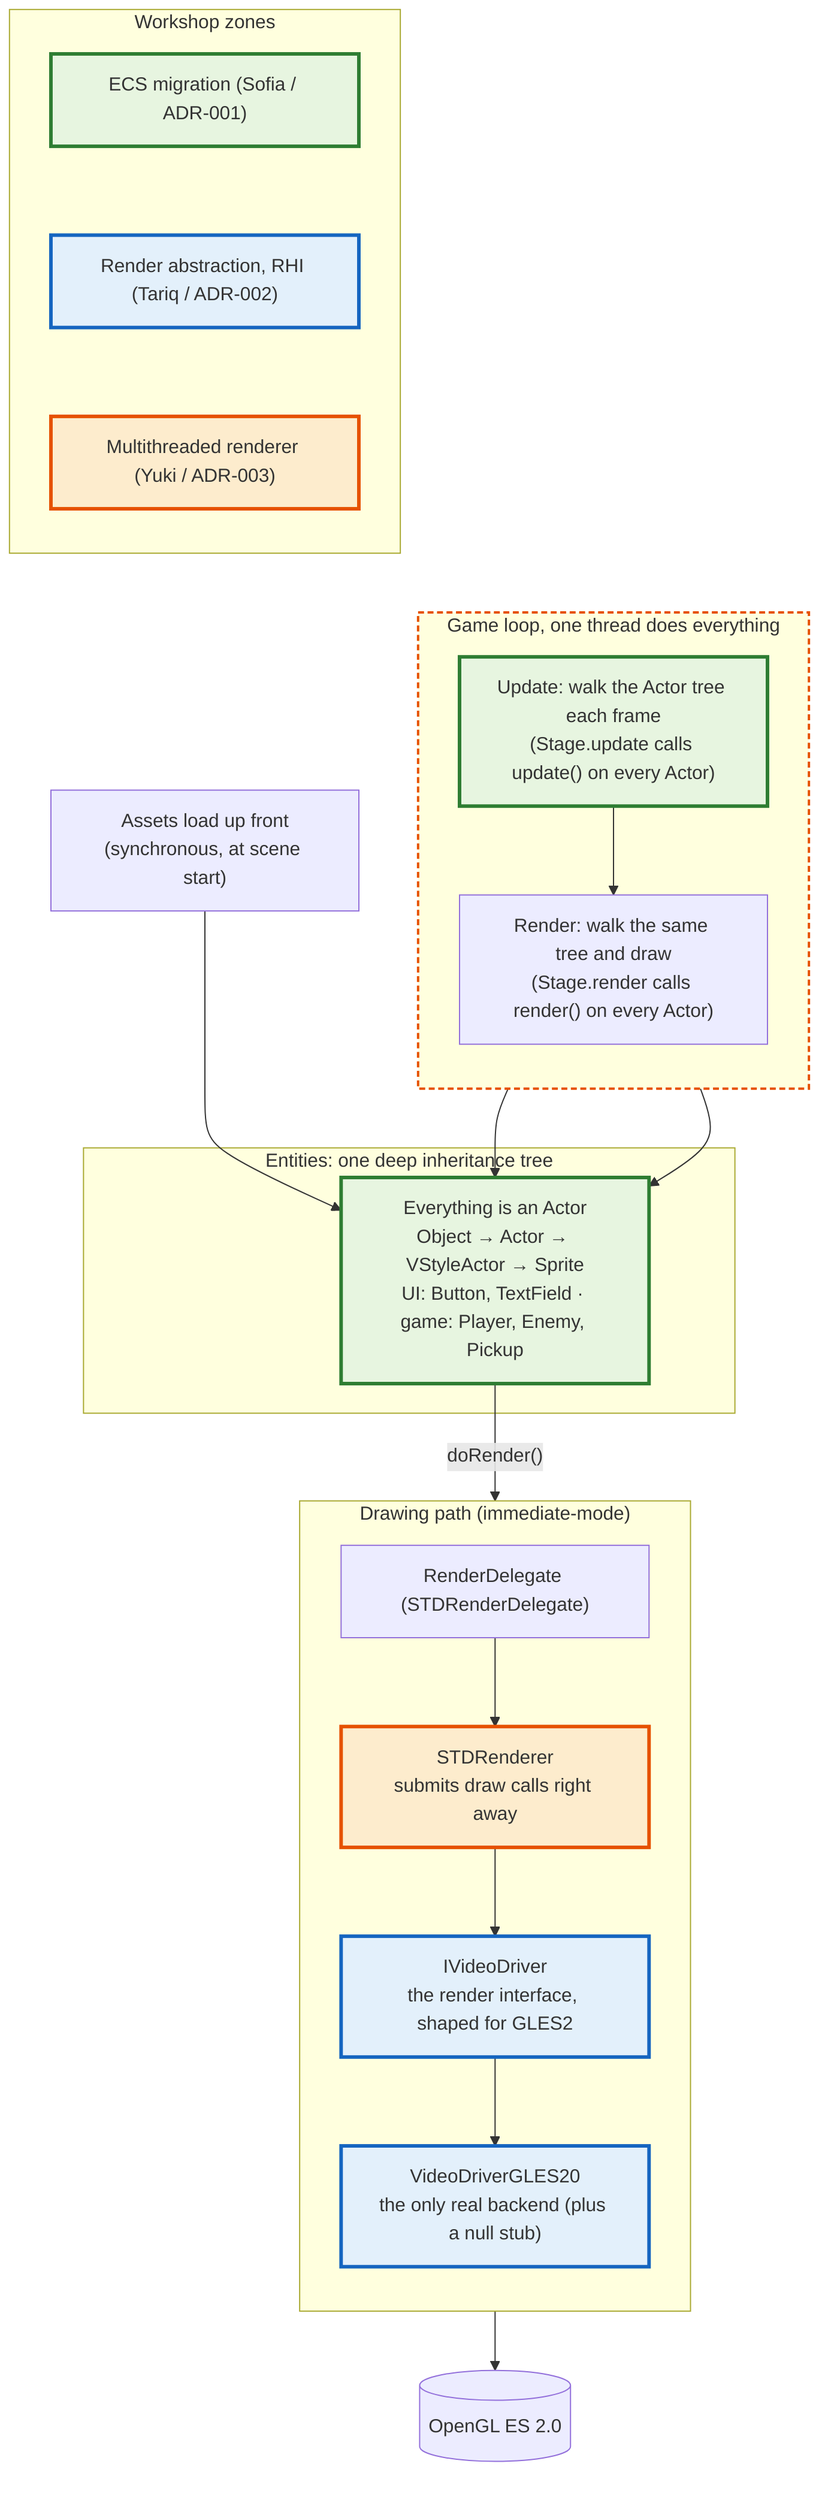
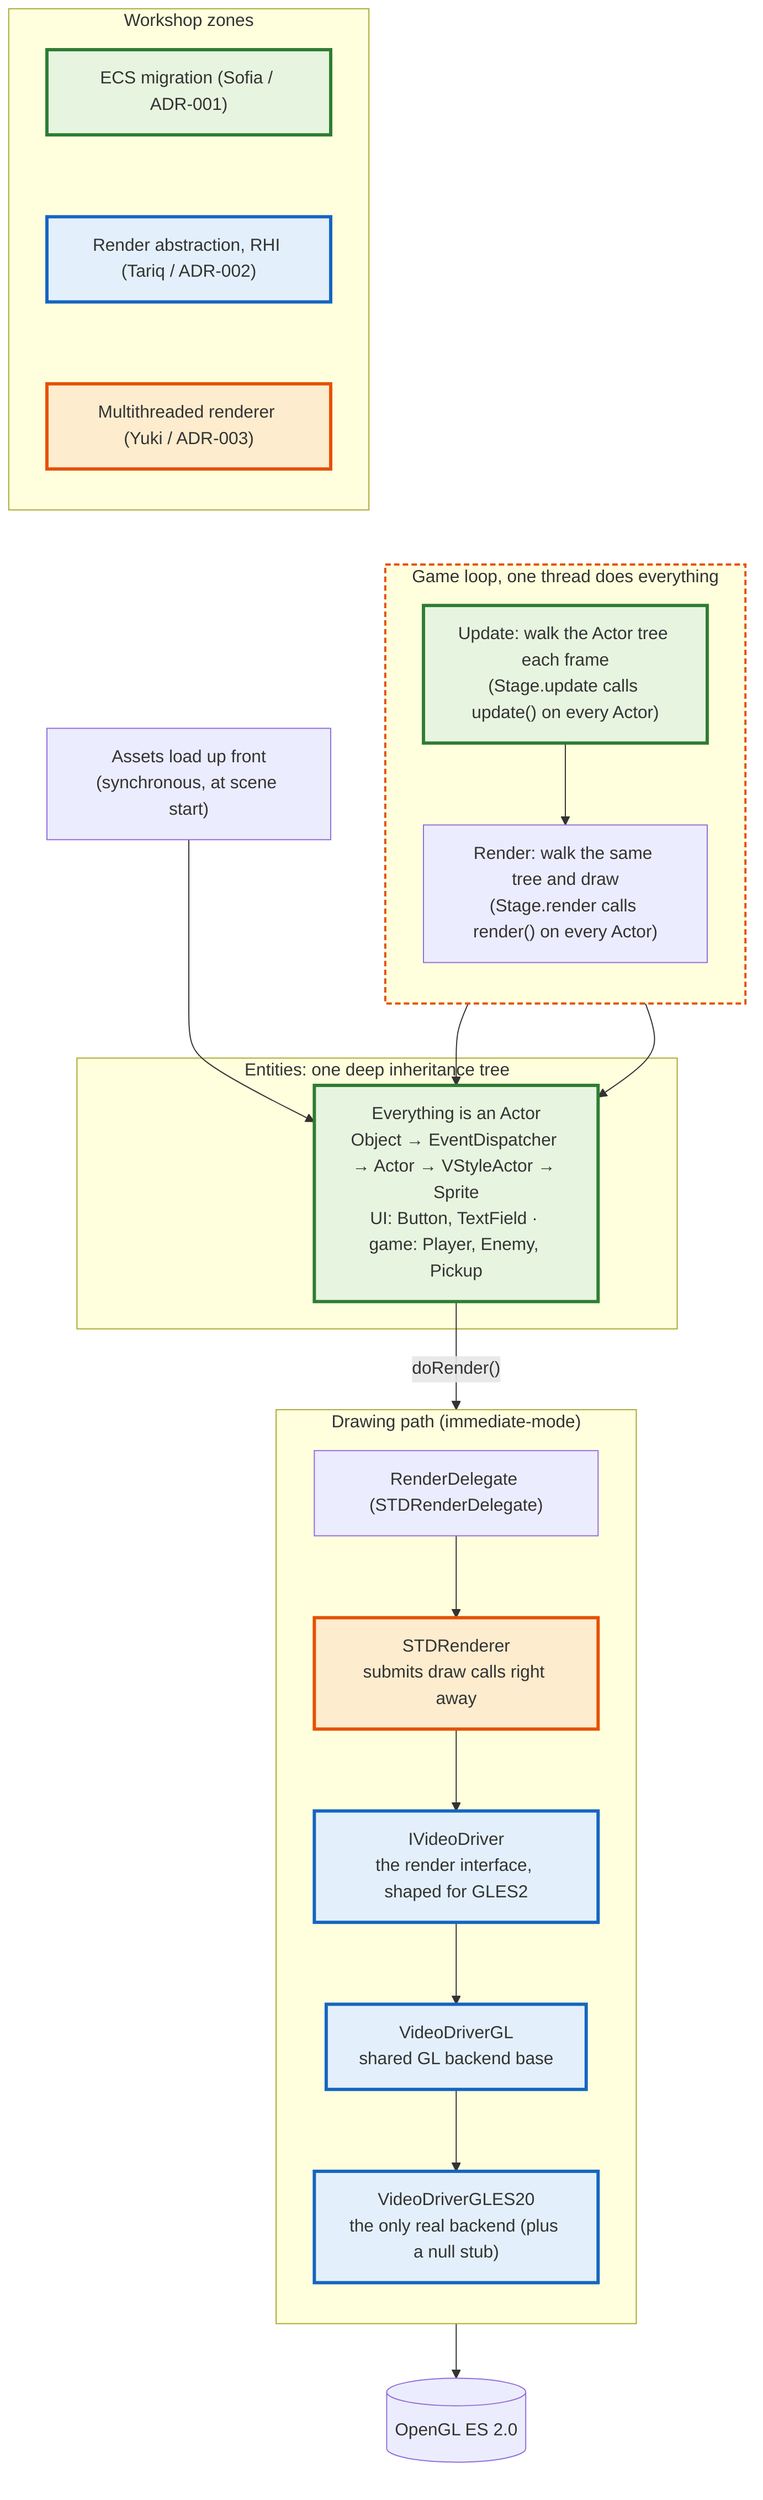
graph TD
    subgraph Legend["Workshop zones"]
        direction TB
        L1["ECS migration (Sofia / ADR-001)"]
        L2["Render abstraction, RHI (Tariq / ADR-002)"]
        L3["Multithreaded renderer (Yuki / ADR-003)"]
        L1 ~~~ L2 ~~~ L3
    end

    Assets["Assets load up front<br>(synchronous, at scene start)"] --> Tree

    subgraph Loop["Game loop, one thread does everything"]
        direction TB
        Update["Update: walk the Actor tree each frame<br>(Stage.update calls update() on every Actor)"]
        Render["Render: walk the same tree and draw<br>(Stage.render calls render() on every Actor)"]
        Update --> Render
    end

    subgraph Entities["Entities: one deep inheritance tree"]
-         Tree["Everything is an Actor<br>Object → Actor → VStyleActor → Sprite<br>UI: Button, TextField · game: Player, Enemy, Pickup"]
+         Tree["Everything is an Actor<br>Object → EventDispatcher → Actor → VStyleActor → Sprite<br>UI: Button, TextField · game: Player, Enemy, Pickup"]
    end

    subgraph RenderStack["Drawing path (immediate-mode)"]
        direction TB
        Delegate["RenderDelegate (STDRenderDelegate)"]
        STD["STDRenderer<br>submits draw calls right away"]
        Driver["IVideoDriver<br>the render interface, shaped for GLES2"]
+         GLBase["VideoDriverGL<br>shared GL backend base"]
        Backend["VideoDriverGLES20<br>the only real backend (plus a null stub)"]
        Delegate --> STD
        STD --> Driver
-         Driver --> Backend
+         Driver --> GLBase
+         GLBase --> Backend
    end

    Update --> Tree
    Render --> Tree
    Tree -->|"doRender()"| Delegate
    Backend --> GPU[("OpenGL ES 2.0")]

    Legend ~~~ Assets

    classDef ecs fill:#e7f5e0,stroke:#2e7d32,stroke-width:3px;
    classDef rhi fill:#e3f0fb,stroke:#1565c0,stroke-width:3px;
    classDef thread fill:#fdeccd,stroke:#e65100,stroke-width:3px;

    class Tree,Update,L1 ecs;
-     class Driver,Backend,L2 rhi;
+     class Driver,GLBase,Backend,L2 rhi;
    class STD,L3 thread;
    style Loop stroke:#e65100,stroke-width:2px,stroke-dasharray:5 3;
